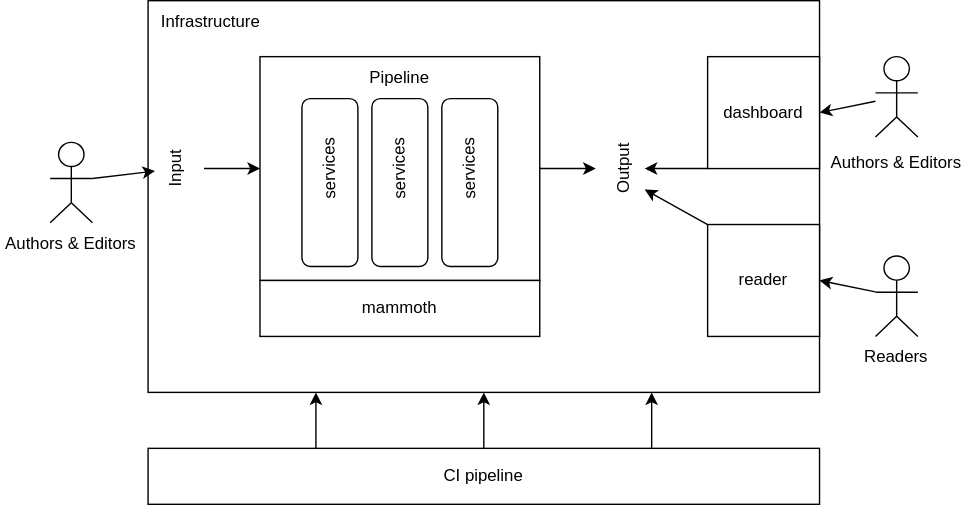
C2DH/digital-monography keeps this draw.io diagram as arch_abstract.svg. Above is the earlier version. Source tidied: cells renumbered, new cells last; positions are measured from the earlier drawing's top-left corner, leaving out a move shared by most shapes.
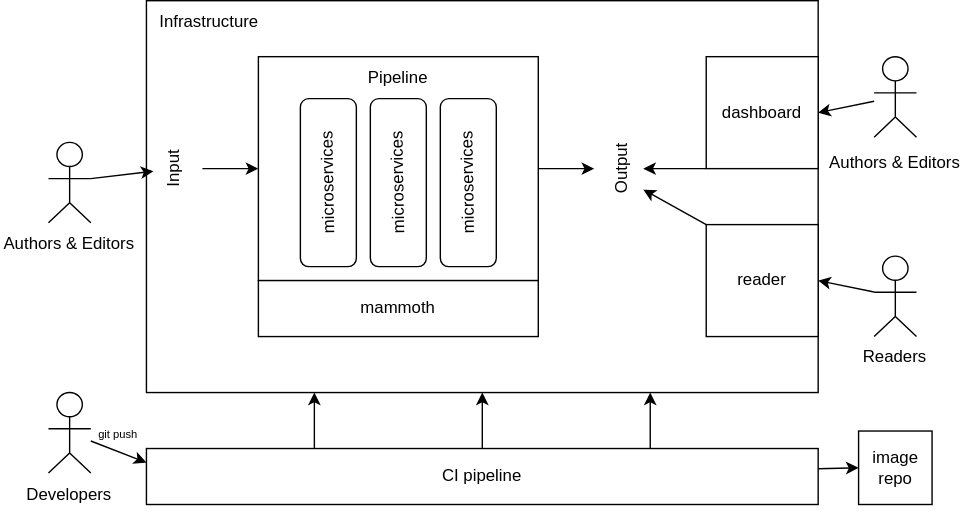
Later version of the same file.

Commit message:
Document the role of the image repo for the CI/CD pipeline

Change to the diagram source:
```diff
@@ -5,6 +5,9 @@
     <mxCell id="2" style="rounded=0;whiteSpace=wrap;html=1;" parent="1" vertex="1">
       <mxGeometry x="105" width="480" height="280" as="geometry" />
     </mxCell>
+    <mxCell id="38" style="edgeStyle=none;html=1;entryX=0;entryY=0.5;entryDx=0;entryDy=0;" parent="1" edge="1" source="3" target="42">
+      <mxGeometry relative="1" as="geometry" />
+    </mxCell>
     <mxCell id="3" style="rounded=0;whiteSpace=wrap;html=1;" parent="1" vertex="1">
       <mxGeometry x="105" y="320" width="480" height="40" as="geometry" />
     </mxCell>
@@ -60,14 +63,14 @@
     <mxCell id="19" value="Output" style="text;html=1;strokeColor=none;fillColor=none;align=center;verticalAlign=middle;whiteSpace=wrap;rounded=0;rotation=-90;" parent="1" vertex="1">
       <mxGeometry x="415" y="105" width="60" height="30" as="geometry" />
     </mxCell>
-    <mxCell id="20" value="services" style="text;html=1;strokeColor=none;fillColor=none;align=center;verticalAlign=middle;whiteSpace=wrap;rounded=0;rotation=-91;" parent="1" vertex="1">
-      <mxGeometry x="205" y="105" width="60" height="30" as="geometry" />
+    <mxCell id="20" value="microservices" style="text;html=1;strokeColor=none;fillColor=none;align=center;verticalAlign=middle;whiteSpace=wrap;rounded=0;rotation=-91;" parent="1" vertex="1">
+      <mxGeometry x="205" y="115" width="60" height="30" as="geometry" />
     </mxCell>
-    <mxCell id="21" value="services" style="text;html=1;strokeColor=none;fillColor=none;align=center;verticalAlign=middle;whiteSpace=wrap;rounded=0;rotation=-91;" parent="1" vertex="1">
-      <mxGeometry x="255" y="105" width="60" height="30" as="geometry" />
+    <mxCell id="21" value="microservices" style="text;html=1;strokeColor=none;fillColor=none;align=center;verticalAlign=middle;whiteSpace=wrap;rounded=0;rotation=-91;" parent="1" vertex="1">
+      <mxGeometry x="255" y="115" width="60" height="30" as="geometry" />
     </mxCell>
-    <mxCell id="22" value="services" style="text;html=1;strokeColor=none;fillColor=none;align=center;verticalAlign=middle;whiteSpace=wrap;rounded=0;rotation=-91;" parent="1" vertex="1">
-      <mxGeometry x="305" y="105" width="60" height="30" as="geometry" />
+    <mxCell id="22" value="microservices" style="text;html=1;strokeColor=none;fillColor=none;align=center;verticalAlign=middle;whiteSpace=wrap;rounded=0;rotation=-91;" parent="1" vertex="1">
+      <mxGeometry x="305" y="115" width="60" height="30" as="geometry" />
     </mxCell>
     <mxCell id="23" style="endArrow=classic;html=1;entryX=0.25;entryY=1;entryDx=0;entryDy=0;exitX=0;exitY=0;exitDx=0;exitDy=0;" parent="1" edge="1" source="5" target="19">
       <mxGeometry relative="1" as="geometry" />
@@ -120,5 +123,20 @@
     <mxCell id="37" value="Authors &amp;amp; Editors" style="text;html=1;strokeColor=none;fillColor=none;align=center;verticalAlign=middle;whiteSpace=wrap;rounded=0;" parent="1" vertex="1">
       <mxGeometry x="0.1" y="158.8" width="100" height="30" as="geometry" />
     </mxCell>
+    <mxCell id="39" style="html=1;outlineConnect=0;whiteSpace=wrap;fillColor=none;verticalLabelPosition=bottom;verticalAlign=top;align=center;shape=mxgraph.archimate3.actor;" parent="1" vertex="1">
+      <mxGeometry x="35" y="280" width="30.3" height="57.5" as="geometry" />
+    </mxCell>
+    <mxCell id="40" value="Developers" style="text;html=1;strokeColor=none;fillColor=none;align=center;verticalAlign=middle;whiteSpace=wrap;rounded=0;" parent="1" vertex="1">
+      <mxGeometry x="0.1" y="337.5" width="100" height="30" as="geometry" />
+    </mxCell>
+    <mxCell id="41" style="edgeStyle=none;html=1;entryX=0;entryY=0.25;entryDx=0;entryDy=0;" parent="1" edge="1" source="39" target="3">
+      <mxGeometry relative="1" as="geometry" />
+    </mxCell>
+    <mxCell id="42" value="image repo" style="rounded=0;whiteSpace=wrap;html=1;" parent="1" vertex="1">
+      <mxGeometry x="613.9" y="307.5" width="52.5" height="52.5" as="geometry" />
+    </mxCell>
+    <mxCell id="43" value="&lt;font style=&quot;font-size: 8px;&quot;&gt;git push&lt;/font&gt;" style="text;html=1;align=center;verticalAlign=middle;whiteSpace=wrap;rounded=0;" parent="1" vertex="1">
+      <mxGeometry x="55" y="293.8" width="60" height="30" as="geometry" />
+    </mxCell>
   </root>
 </mxGraphModel>
```
